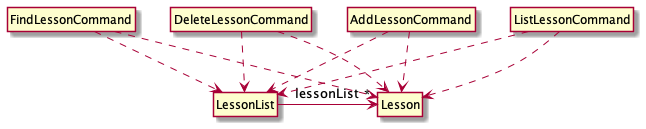
nus-cs2113-AY2122S1/tp keeps this PlantUML diagram as docs/images/LessonComponentDiagram.png. Above is the earlier version.
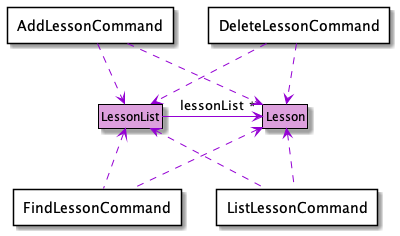
The same diagram one commit later.

What changed in the source:
```diff
@@ -1,25 +1,32 @@
 @startuml
+!include Style.puml
 hide circle
 skinparam classAttributeIconSize 0
 
-class Lesson
-class LessonList
+class Lesson MODEL_COLOR
+class LessonList MODEL_COLOR
 
-LessonList -> "*" Lesson : lessonList
+LessonList -[MODEL_COLOR_T1]> "*" Lesson : lessonList
 
-hide members
+package "AddLessonCommand" <<Rectangle>> {
+}
 
-class AddLessonCommand
-class DeleteLessonCommand
-class FindLessonCommand
-class ListLessonCommand
-AddLessonCommand ..> Lesson
-AddLessonCommand ..> LessonList
-DeleteLessonCommand ..>Lesson
-DeleteLessonCommand ..> LessonList
-FindLessonCommand ..> Lesson
-FindLessonCommand ..> LessonList
-ListLessonCommand ..> Lesson
-ListLessonCommand ..> LessonList
+package "DeleteLessonCommand" <<Rectangle>> {
+}
+
+package "FindLessonCommand" <<Rectangle>> {
+}
+
+package "ListLessonCommand" <<Rectangle>> {
+}
+
+AddLessonCommand .down[MODEL_COLOR_T1].> Lesson
+AddLessonCommand .down[MODEL_COLOR_T1].> LessonList
+DeleteLessonCommand .down[MODEL_COLOR_T1].>Lesson
+DeleteLessonCommand .down[MODEL_COLOR_T1].> LessonList
+FindLessonCommand .up[MODEL_COLOR_T1].> Lesson
+FindLessonCommand .up[MODEL_COLOR_T1].> LessonList
+ListLessonCommand .up[MODEL_COLOR_T1].> Lesson
+ListLessonCommand .up[MODEL_COLOR_T1].> LessonList
 
 @enduml
```
